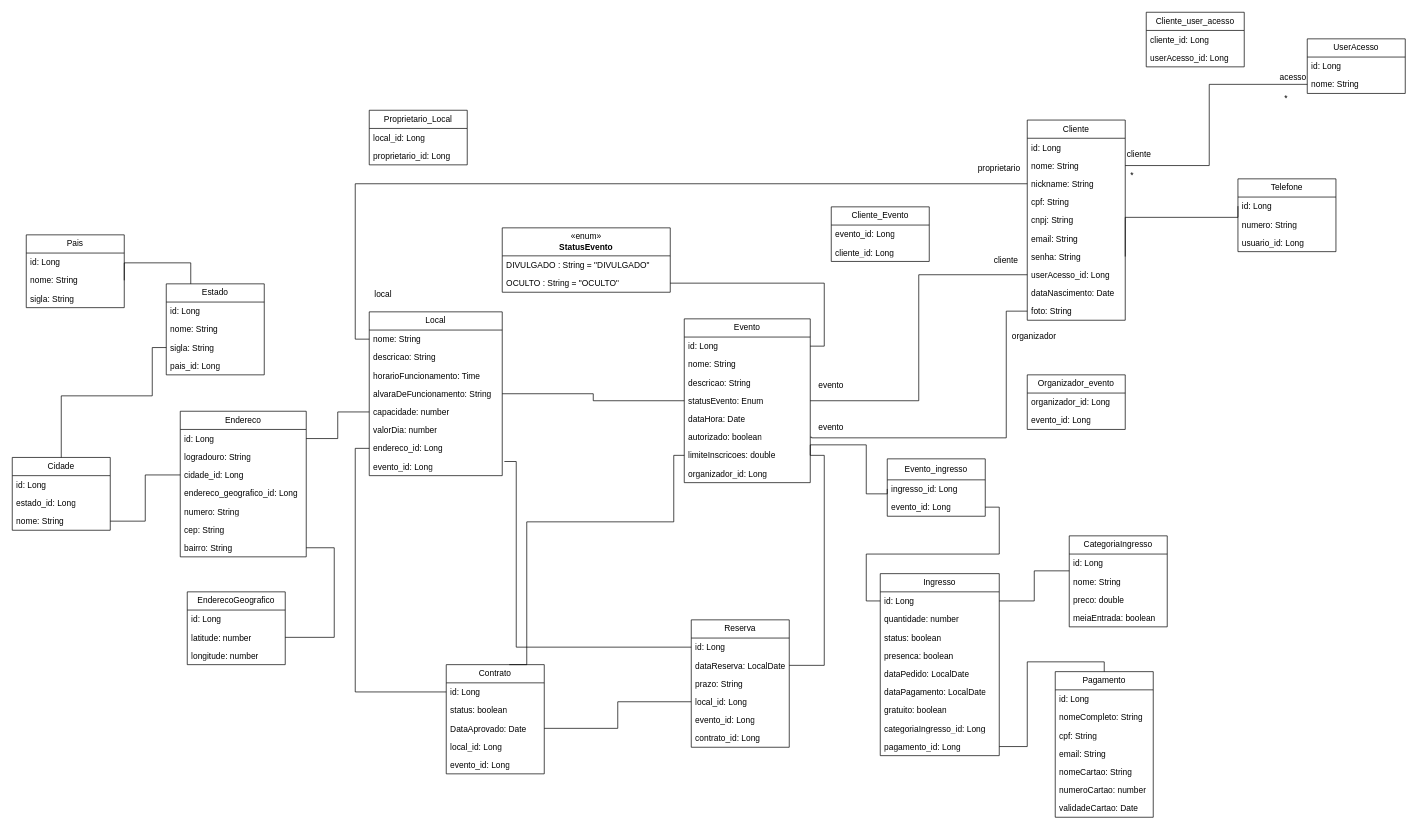
The draw.io diagram diagrama_atu_nicholas.drawio in ChumeLabs-Pokando/Pokando, before the edit. Source tidied: cells renumbered, new cells numbered last; positions are measured from the earlier drawing's top-left corner, leaving out a move shared by most shapes. Both pictures are drawn from the tidied source at 70%, with x=0, y=0 at pixel (12, 12).
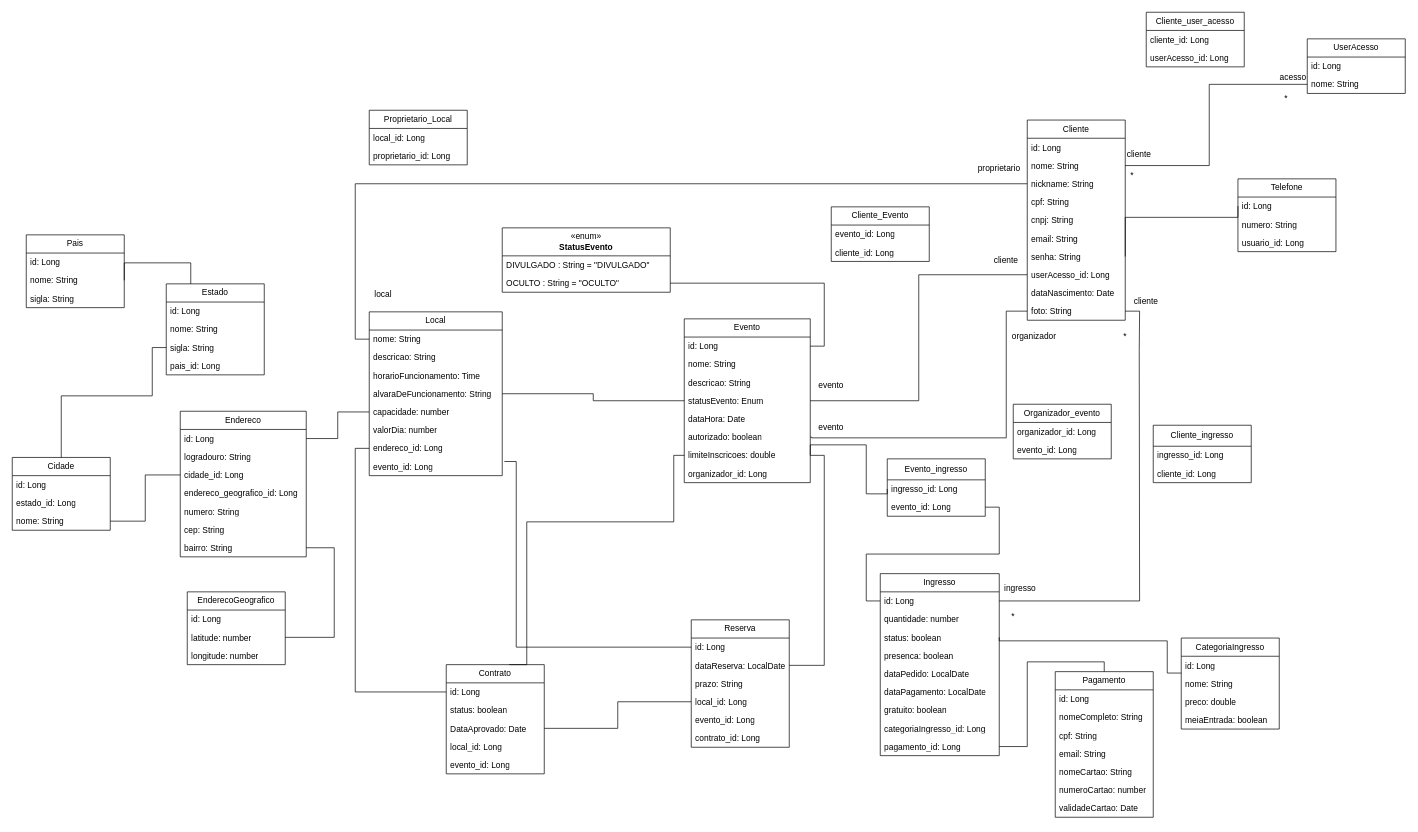
The same page after the edit.

Commit message:
atu diagrama ingresso/cliente

cliente sem vinculo com o cliente

Unchanged cells that the change refers to:
```xml
<mxCell id="12" value="foto: String" style="text;strokeColor=none;fillColor=none;align=left;verticalAlign=top;spacingLeft=4;spacingRight=4;overflow=hidden;points=[[0,0.5],[1,0.5]];portConstraint=eastwest;whiteSpace=wrap;html=1;" parent="2" vertex="1">
  <mxGeometry y="260" width="140" height="26" as="geometry" />
</mxCell>
<mxCell id="26" value="id: Long" style="text;strokeColor=none;fillColor=none;align=left;verticalAlign=top;spacingLeft=4;spacingRight=4;overflow=hidden;points=[[0,0.5],[1,0.5]];portConstraint=eastwest;whiteSpace=wrap;html=1;" parent="25" vertex="1">
  <mxGeometry y="26" width="170" height="26" as="geometry" />
</mxCell>
<mxCell id="28" value="status: boolean" style="text;strokeColor=none;fillColor=none;align=left;verticalAlign=top;spacingLeft=4;spacingRight=4;overflow=hidden;points=[[0,0.5],[1,0.5]];portConstraint=eastwest;whiteSpace=wrap;html=1;" parent="25" vertex="1">
  <mxGeometry y="78" width="170" height="26" as="geometry" />
</mxCell>
<mxCell id="36" value="id: Long" style="text;strokeColor=none;fillColor=none;align=left;verticalAlign=top;spacingLeft=4;spacingRight=4;overflow=hidden;points=[[0,0.5],[1,0.5]];portConstraint=eastwest;whiteSpace=wrap;html=1;" parent="35" vertex="1">
  <mxGeometry y="26" width="140" height="26" as="geometry" />
</mxCell>
```

The edit, as a diff of the source:
```diff
@@
     <mxCell id="35" value="CategoriaIngresso" style="swimlane;fontStyle=0;horizontal=1;startSize=26;fillColor=none;whiteSpace=wrap;html=1;" parent="1" vertex="1">
-      <mxGeometry x="1510" y="748" width="140" height="130" as="geometry" />
+      <mxGeometry x="1670" y="894" width="140" height="130" as="geometry" />
     </mxCell>
@@
-    <mxCell id="92" style="edgeStyle=orthogonalEdgeStyle;rounded=0;jettySize=auto;html=1;exitX=0;exitY=0.923;exitDx=0;exitDy=0;entryX=1;entryY=0.5;entryDx=0;entryDy=0;endArrow=none;startFill=0;exitPerimeter=0;" parent="1" edge="1" source="36" target="26">
+    <mxCell id="92" style="edgeStyle=orthogonalEdgeStyle;rounded=0;jettySize=auto;html=1;exitX=0;exitY=0.923;exitDx=0;exitDy=0;entryX=1;entryY=0.5;entryDx=0;entryDy=0;endArrow=none;startFill=0;exitPerimeter=0;" parent="1" edge="1" source="36" target="28">
       <mxGeometry relative="1" as="geometry">
         <Array as="points">
-          <mxPoint x="1460" y="798" />
-          <mxPoint x="1460" y="841" />
+          <mxPoint x="1650" y="944" />
+          <mxPoint x="1650" y="898" />
+          <mxPoint x="1410" y="898" />
         </Array>
       </mxGeometry>
     </mxCell>
@@
     <mxCell id="128" value="Organizador_evento" style="swimlane;fontStyle=0;horizontal=1;startSize=26;fillColor=none;whiteSpace=wrap;html=1;" parent="1" vertex="1">
-      <mxGeometry x="1450" y="518" width="140" height="78" as="geometry" />
+      <mxGeometry x="1430" y="560" width="140" height="78" as="geometry" />
     </mxCell>
@@
+    <mxCell id="148" style="edgeStyle=orthogonalEdgeStyle;rounded=0;jettySize=auto;html=1;exitX=1;exitY=0.5;exitDx=0;exitDy=0;entryX=1;entryY=0.5;entryDx=0;entryDy=0;endArrow=none;endFill=0;" parent="1" edge="1" target="12">
+      <mxGeometry relative="1" as="geometry">
+        <mxPoint x="1610" y="483" as="sourcePoint" />
+      </mxGeometry>
+    </mxCell>
+    <mxCell id="149" value="ingresso" style="text;html=1;whiteSpace=wrap;strokeColor=none;fillColor=none;align=center;verticalAlign=middle;rounded=0;" parent="1" vertex="1">
+      <mxGeometry x="1410" y="808" width="60" height="30" as="geometry" />
+    </mxCell>
+    <mxCell id="150" value="cliente" style="text;html=1;whiteSpace=wrap;strokeColor=none;fillColor=none;align=center;verticalAlign=middle;rounded=0;" parent="1" vertex="1">
+      <mxGeometry x="1590" y="398" width="60" height="30" as="geometry" />
+    </mxCell>
+    <mxCell id="151" value="*" style="text;html=1;whiteSpace=wrap;strokeColor=none;fillColor=none;align=center;verticalAlign=middle;rounded=0;" parent="1" vertex="1">
+      <mxGeometry x="1400" y="848" width="60" height="30" as="geometry" />
+    </mxCell>
+    <mxCell id="152" style="edgeStyle=orthogonalEdgeStyle;rounded=0;jettySize=auto;html=1;exitX=1;exitY=0.5;exitDx=0;exitDy=0;entryX=1;entryY=0.5;entryDx=0;entryDy=0;endArrow=none;endFill=0;" parent="1" edge="1" source="26">
+      <mxGeometry relative="1" as="geometry">
+        <mxPoint x="1610" y="483" as="targetPoint" />
+      </mxGeometry>
+    </mxCell>
+    <mxCell id="153" value="*" style="text;html=1;whiteSpace=wrap;strokeColor=none;fillColor=none;align=center;verticalAlign=middle;rounded=0;" parent="1" vertex="1">
+      <mxGeometry x="1560" y="448" width="60" height="30" as="geometry" />
+    </mxCell>
+    <mxCell id="154" value="Cliente_ingresso" style="swimlane;fontStyle=0;horizontal=1;startSize=30;fillColor=none;whiteSpace=wrap;html=1;" parent="1" vertex="1">
+      <mxGeometry x="1630" y="590" width="140" height="82" as="geometry" />
+    </mxCell>
+    <mxCell id="155" value="ingresso_id: Long" style="text;strokeColor=none;fillColor=none;align=left;verticalAlign=top;spacingLeft=4;spacingRight=4;overflow=hidden;whiteSpace=wrap;html=1;" parent="154" vertex="1">
+      <mxGeometry y="30" width="140" height="26" as="geometry" />
+    </mxCell>
+    <mxCell id="156" value="cliente_id: Long" style="text;strokeColor=none;fillColor=none;align=left;verticalAlign=top;spacingLeft=4;spacingRight=4;overflow=hidden;whiteSpace=wrap;html=1;" parent="154" vertex="1">
+      <mxGeometry y="56" width="140" height="26" as="geometry" />
+    </mxCell>
```
